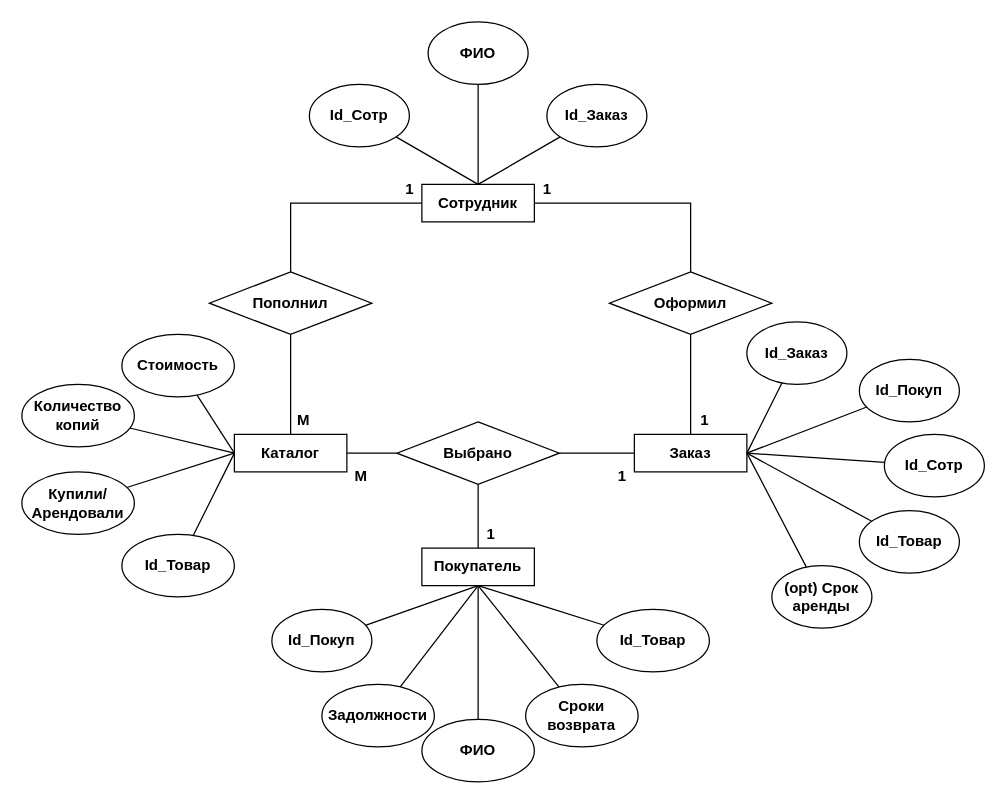
Above: IDEF0.2.drawio in SpaleRud/OPDiagrams (draw.io), before the change. Source tidied: cells renumbered, new cells numbered last; positions are measured from the earlier drawing's top-left corner, leaving out a move shared by most shapes. Both pictures are drawn from the tidied source at 125%, with x=0, y=0 at pixel (21, 21).
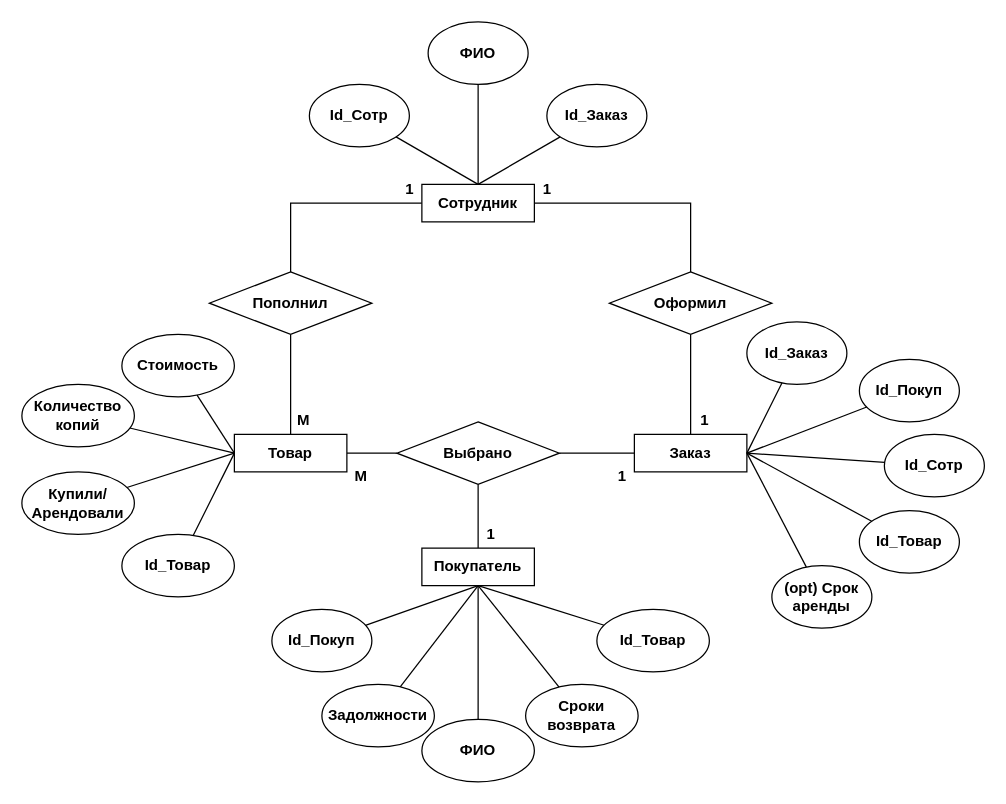
Above is the later version.

Unchanged cells that the change refers to:
```xml
<mxCell id="23" style="group;" parent="21" vertex="1">
  <mxGeometry y="30" width="111" height="45" as="geometry" />
</mxCell>
```

The edit, as a diff of the source:
```diff
@@
-    <mxCell id="24" value="&lt;b&gt;Каталог&lt;/b&gt;" style="rounded=0;whiteSpace=wrap;html=1;" parent="23" vertex="1">
+    <mxCell id="24" value="&lt;b&gt;Товар&lt;/b&gt;" style="rounded=0;whiteSpace=wrap;html=1;" parent="23" vertex="1">
       <mxGeometry width="90" height="30" as="geometry" />
     </mxCell>
```
